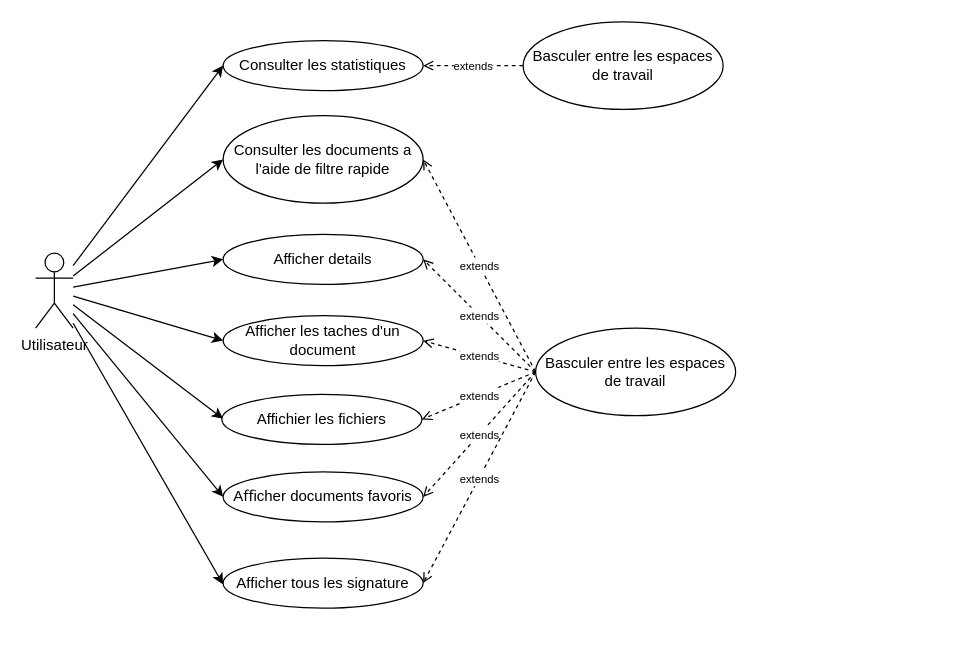
Earlier version of the draw.io diagram useCaseSprint7.drawio (PFE-Neoledge-2023/rapport). Source tidied: cells renumbered, new cells numbered last; positions are measured from the earlier drawing's top-left corner, leaving out a move shared by most shapes. Both pictures are drawn from the tidied source at 125%, with x=0, y=0 at pixel (35, 21).
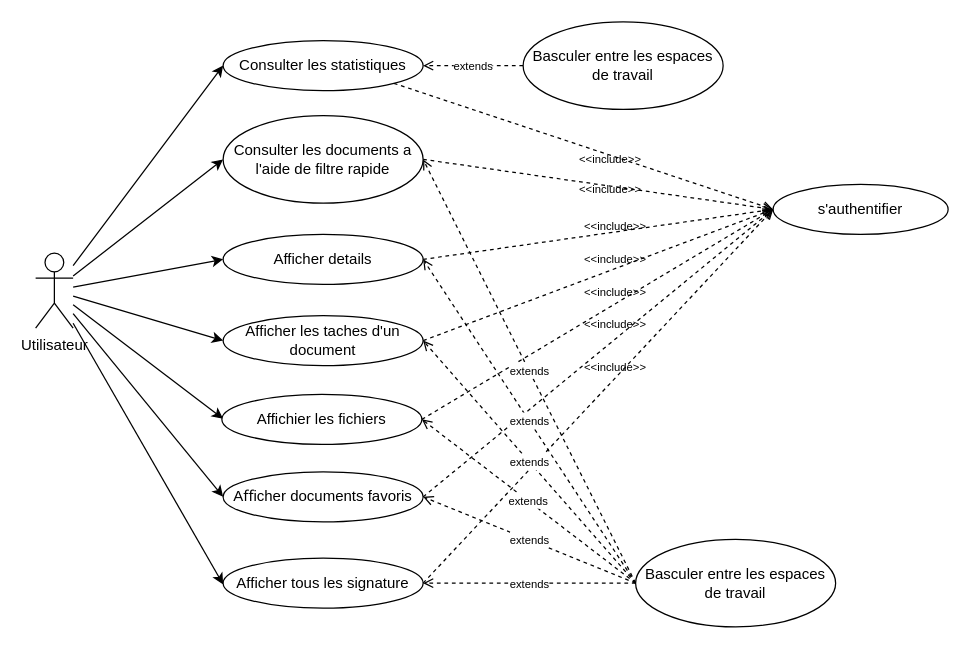
The same diagram, later.

Unchanged cells that the change refers to:
```xml
<mxCell id="10" value="Consulter les statistiques" style="ellipse;whiteSpace=wrap;html=1;" parent="1" vertex="1">
  <mxGeometry x="150" y="15" width="160" height="40" as="geometry" />
</mxCell>
<mxCell id="11" value="Consulter les documents a l'aide de filtre rapide" style="ellipse;whiteSpace=wrap;html=1;" parent="1" vertex="1">
  <mxGeometry x="150" y="75" width="160" height="70" as="geometry" />
</mxCell>
<mxCell id="14" value="Afficher details" style="ellipse;whiteSpace=wrap;html=1;" parent="1" vertex="1">
  <mxGeometry x="150" y="170" width="160" height="40" as="geometry" />
</mxCell>
<mxCell id="15" value="Afficher les taches d'un document" style="ellipse;whiteSpace=wrap;html=1;" parent="1" vertex="1">
  <mxGeometry x="150" y="235" width="160" height="40" as="geometry" />
</mxCell>
<mxCell id="16" value="Affichier les fichiers" style="ellipse;whiteSpace=wrap;html=1;" parent="1" vertex="1">
  <mxGeometry x="149" y="298" width="160" height="40" as="geometry" />
</mxCell>
<mxCell id="17" value="Aﬀicher documents favoris" style="ellipse;whiteSpace=wrap;html=1;" parent="1" vertex="1">
  <mxGeometry x="150" y="360" width="160" height="40" as="geometry" />
</mxCell>
<mxCell id="18" value="Afficher tous les signature" style="ellipse;whiteSpace=wrap;html=1;" parent="1" vertex="1">
  <mxGeometry x="150" y="429" width="160" height="40" as="geometry" />
</mxCell>
```

What changed in the source:
```diff
@@
+    <mxCell id="26" style="edgeStyle=none;html=1;exitX=1;exitY=1;exitDx=0;exitDy=0;entryX=0;entryY=0.5;entryDx=0;entryDy=0;dashed=1;endArrow=open;endFill=0;" parent="1" edge="1" source="10" target="33">
+      <mxGeometry relative="1" as="geometry" />
+    </mxCell>
@@
+    <mxCell id="27" style="edgeStyle=none;html=1;exitX=1;exitY=0.5;exitDx=0;exitDy=0;entryX=0;entryY=0.5;entryDx=0;entryDy=0;dashed=1;endArrow=open;endFill=0;" parent="1" edge="1" source="11" target="33">
+      <mxGeometry relative="1" as="geometry" />
+    </mxCell>
@@
+    <mxCell id="28" style="edgeStyle=none;html=1;exitX=1;exitY=0.5;exitDx=0;exitDy=0;entryX=0;entryY=0.5;entryDx=0;entryDy=0;dashed=1;endArrow=open;endFill=0;" parent="1" edge="1" source="14" target="33">
+      <mxGeometry relative="1" as="geometry" />
+    </mxCell>
@@
+    <mxCell id="29" style="edgeStyle=none;html=1;exitX=1;exitY=0.5;exitDx=0;exitDy=0;entryX=0;entryY=0.5;entryDx=0;entryDy=0;dashed=1;endArrow=open;endFill=0;" parent="1" edge="1" source="15" target="33">
+      <mxGeometry relative="1" as="geometry" />
+    </mxCell>
@@
+    <mxCell id="30" style="edgeStyle=none;html=1;exitX=1;exitY=0.5;exitDx=0;exitDy=0;dashed=1;endArrow=open;endFill=0;entryX=0;entryY=0.5;entryDx=0;entryDy=0;" parent="1" edge="1" source="16" target="33">
+      <mxGeometry relative="1" as="geometry" />
+    </mxCell>
@@
+    <mxCell id="31" style="edgeStyle=none;html=1;exitX=1;exitY=0.5;exitDx=0;exitDy=0;dashed=1;endArrow=open;endFill=0;entryX=0;entryY=0.5;entryDx=0;entryDy=0;" parent="1" edge="1" source="17" target="33">
+      <mxGeometry relative="1" as="geometry" />
+    </mxCell>
@@
+    <mxCell id="32" style="edgeStyle=none;html=1;exitX=1;exitY=0.5;exitDx=0;exitDy=0;dashed=1;endArrow=open;endFill=0;entryX=0;entryY=0.5;entryDx=0;entryDy=0;" parent="1" edge="1" source="18" target="33">
+      <mxGeometry relative="1" as="geometry" />
+    </mxCell>
@@
     <mxCell id="20" value="Basculer entre les espaces de travail" style="ellipse;whiteSpace=wrap;html=1;" parent="1" vertex="1">
-      <mxGeometry x="400" y="245" width="160" height="70" as="geometry" />
+      <mxGeometry x="480" y="414" width="160" height="70" as="geometry" />
     </mxCell>
@@
+    <mxCell id="33" value="s'authentifier" style="ellipse;whiteSpace=wrap;html=1;" parent="1" vertex="1">
+      <mxGeometry x="590" y="130" width="140" height="40" as="geometry" />
+    </mxCell>
+    <mxCell id="34" value="&amp;lt;&amp;lt;include&amp;gt;&amp;gt;" style="text;html=1;strokeColor=none;fillColor=none;align=center;verticalAlign=middle;whiteSpace=wrap;rounded=0;fontSize=9;" parent="1" vertex="1">
+      <mxGeometry x="430" y="95" width="60" height="30" as="geometry" />
+    </mxCell>
+    <mxCell id="35" value="&amp;lt;&amp;lt;include&amp;gt;&amp;gt;" style="text;html=1;strokeColor=none;fillColor=none;align=center;verticalAlign=middle;whiteSpace=wrap;rounded=0;fontSize=9;" parent="1" vertex="1">
+      <mxGeometry x="430" y="119" width="60" height="30" as="geometry" />
+    </mxCell>
+    <mxCell id="36" value="&amp;lt;&amp;lt;include&amp;gt;&amp;gt;" style="text;html=1;strokeColor=none;fillColor=none;align=center;verticalAlign=middle;whiteSpace=wrap;rounded=0;fontSize=9;" parent="1" vertex="1">
+      <mxGeometry x="434" y="149" width="60" height="30" as="geometry" />
+    </mxCell>
+    <mxCell id="37" value="&amp;lt;&amp;lt;include&amp;gt;&amp;gt;" style="text;html=1;strokeColor=none;fillColor=none;align=center;verticalAlign=middle;whiteSpace=wrap;rounded=0;fontSize=9;" parent="1" vertex="1">
+      <mxGeometry x="434" y="175" width="60" height="30" as="geometry" />
+    </mxCell>
+    <mxCell id="38" value="&amp;lt;&amp;lt;include&amp;gt;&amp;gt;" style="text;html=1;strokeColor=none;fillColor=none;align=center;verticalAlign=middle;whiteSpace=wrap;rounded=0;fontSize=9;" parent="1" vertex="1">
+      <mxGeometry x="434" y="202" width="60" height="30" as="geometry" />
+    </mxCell>
+    <mxCell id="39" value="&amp;lt;&amp;lt;include&amp;gt;&amp;gt;" style="text;html=1;strokeColor=none;fillColor=none;align=center;verticalAlign=middle;whiteSpace=wrap;rounded=0;fontSize=9;" parent="1" vertex="1">
+      <mxGeometry x="434" y="227" width="60" height="30" as="geometry" />
+    </mxCell>
+    <mxCell id="40" value="&amp;lt;&amp;lt;include&amp;gt;&amp;gt;" style="text;html=1;strokeColor=none;fillColor=none;align=center;verticalAlign=middle;whiteSpace=wrap;rounded=0;fontSize=9;" parent="1" vertex="1">
+      <mxGeometry x="434" y="262" width="60" height="30" as="geometry" />
+    </mxCell>
```
